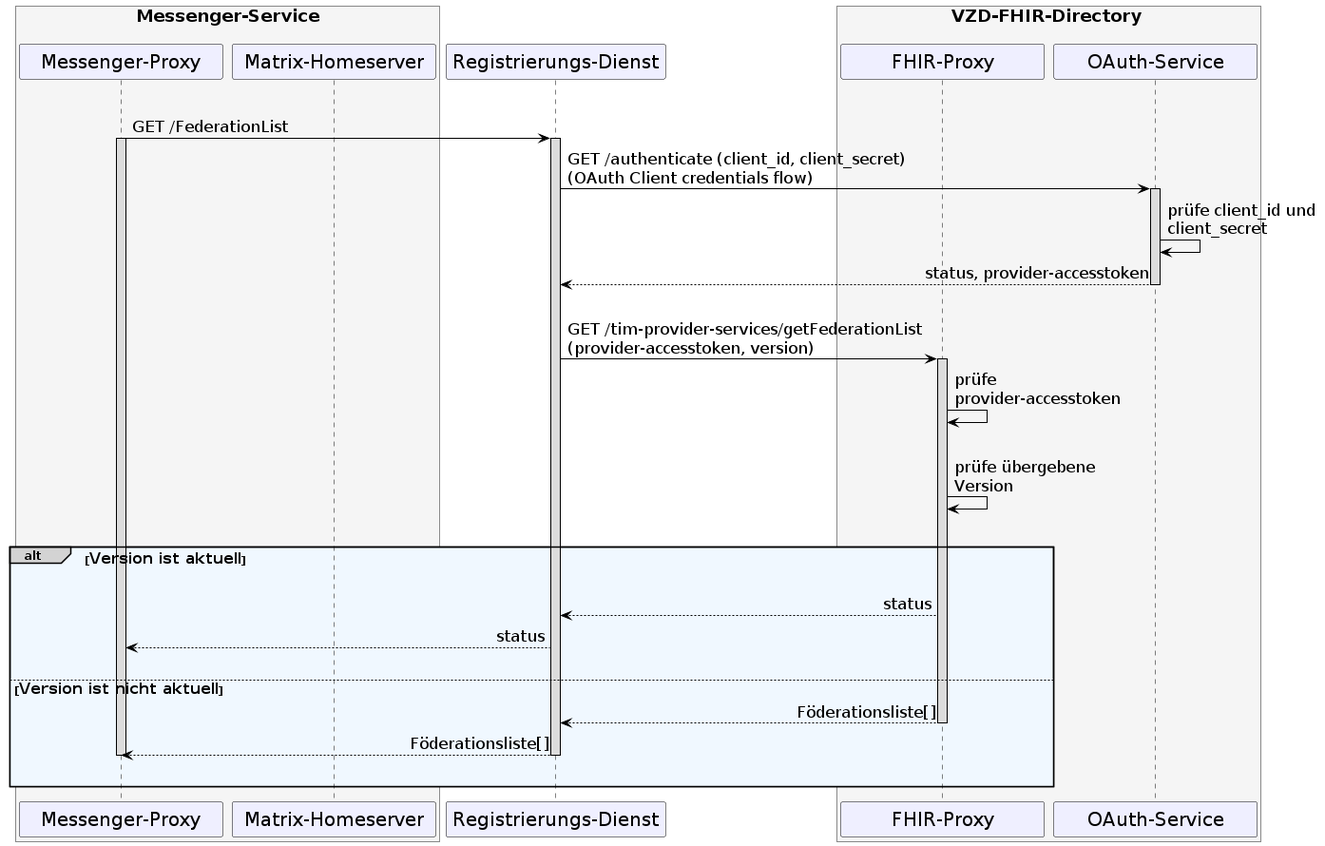
Earlier version of the PlantUML export images/diagrams/TI-Messenger-Dienst/Ressourcen/UC_Update_Federationlist_Seq.png (gematik/api-ti-messenger).
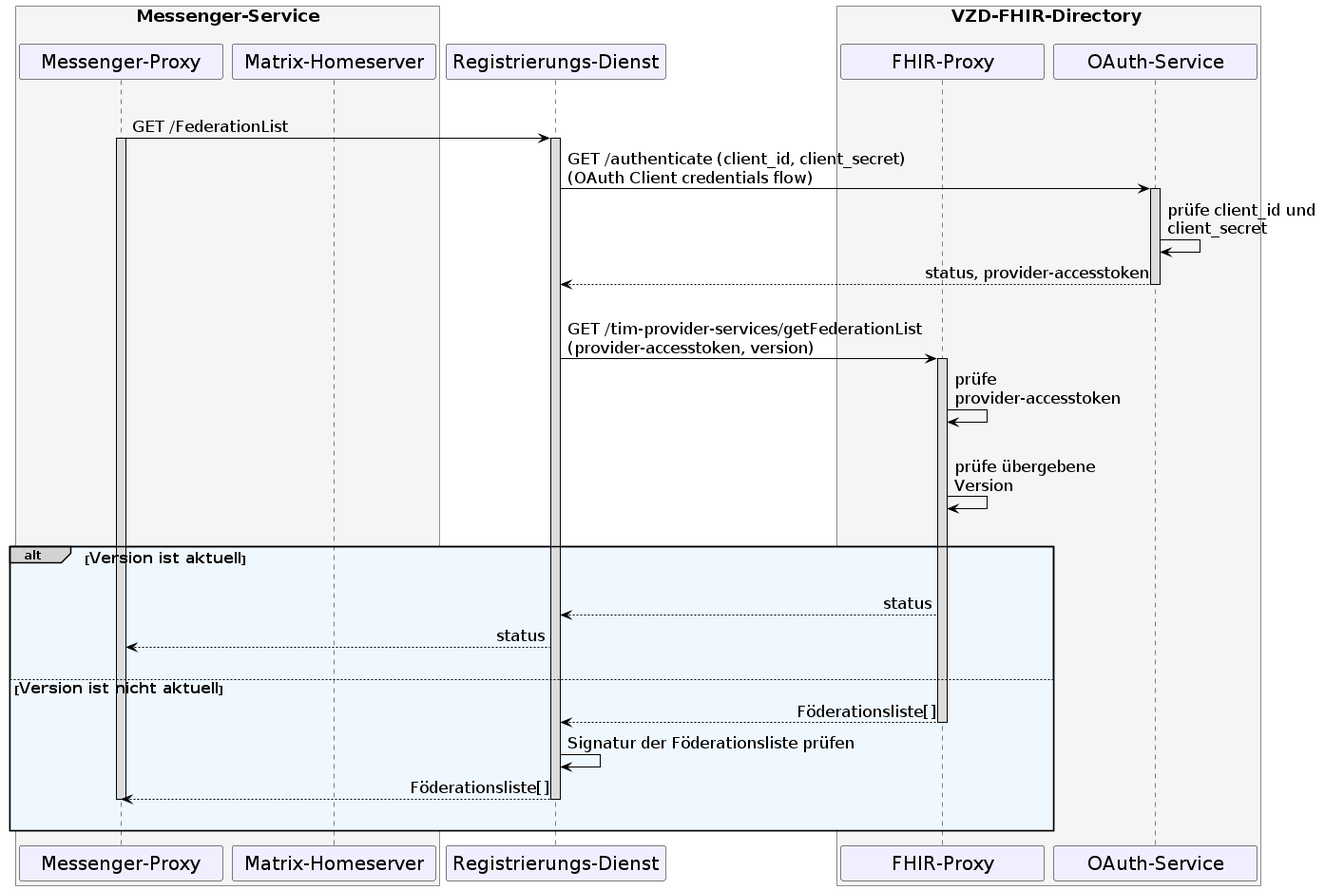
The same diagram one commit later.

Commit message:
Commit from GitHub Actions (GeneratePlantumlImages)

The edit, as a diff of the source:
```diff
@@ -64,6 +64,7 @@
     else <size:16>Version ist nicht aktuell</size>
        FP-->RD: Föderationsliste[]
         Deactivate FP
+       RD->RD: Signatur der Föderationsliste prüfen
       RD-->MP: Föderationsliste[]
         Deactivate RD
         deactivate MP
```
